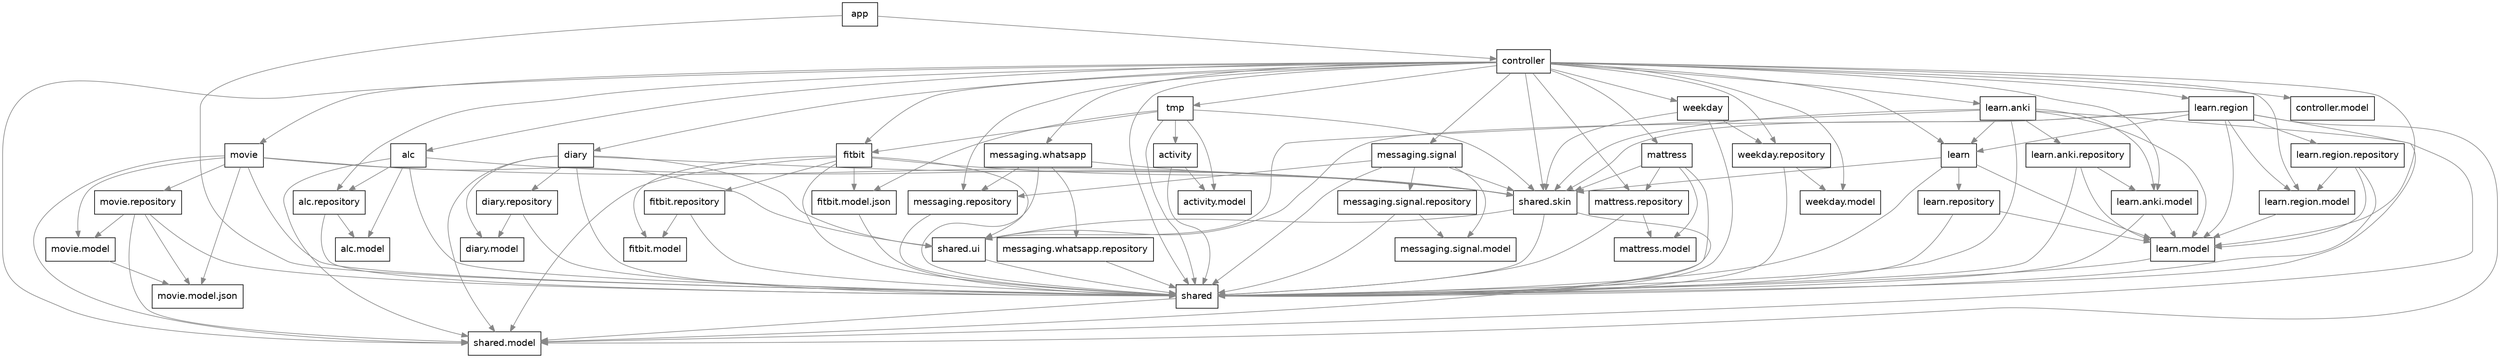
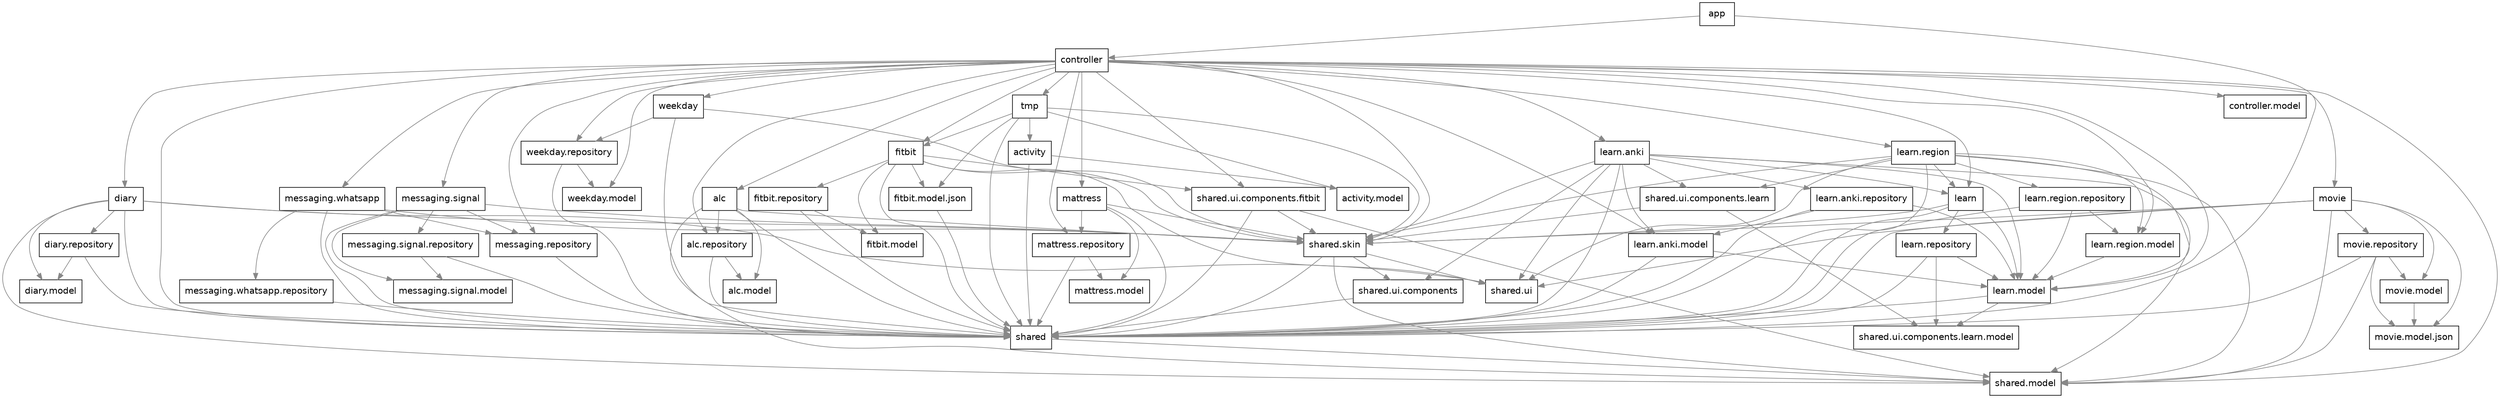
digraph ThosSuitePackages {
  rankdir=TB;
  node [shape=box, fontname="Helvetica"];
  edge [color="#888888"];

  // Rote Knoten/Kanten liegen auf einem Zyklus (gleiche SCC).
  // Gestrichelt-rot: Kante schließt einen Zyklus (Ziel-SCC == Quell-SCC).

  "app" [label="app"];
  "app.activity" [label="activity"];
  "app.activity.model" [label="activity.model"];
  "app.alc" [label="alc"];
  "app.alc.model" [label="alc.model"];
  "app.alc.repository" [label="alc.repository"];
  "app.controller" [label="controller"];
  "app.controller.model" [label="controller.model"];
  "app.diary" [label="diary"];
  "app.diary.model" [label="diary.model"];
  "app.diary.repository" [label="diary.repository"];
  "app.fitbit" [label="fitbit"];
  "app.fitbit.model" [label="fitbit.model"];
  "app.fitbit.model.json" [label="fitbit.model.json"];
  "app.fitbit.repository" [label="fitbit.repository"];
  "app.learn" [label="learn"];
  "app.learn.anki" [label="learn.anki"];
  "app.learn.anki.model" [label="learn.anki.model"];
  "app.learn.anki.repository" [label="learn.anki.repository"];
  "app.learn.model" [label="learn.model"];
  "app.learn.region" [label="learn.region"];
  "app.learn.region.model" [label="learn.region.model"];
  "app.learn.region.repository" [label="learn.region.repository"];
  "app.learn.repository" [label="learn.repository"];
  "app.mattress" [label="mattress"];
  "app.mattress.model" [label="mattress.model"];
  "app.mattress.repository" [label="mattress.repository"];
  "app.messaging.repository" [label="messaging.repository"];
  "app.messaging.signal" [label="messaging.signal"];
  "app.messaging.signal.model" [label="messaging.signal.model"];
  "app.messaging.signal.repository" [label="messaging.signal.repository"];
  "app.messaging.whatsapp" [label="messaging.whatsapp"];
  "app.messaging.whatsapp.repository" [label="messaging.whatsapp.repository"];
  "app.movie" [label="movie"];
  "app.movie.model" [label="movie.model"];
  "app.movie.model.json" [label="movie.model.json"];
  "app.movie.repository" [label="movie.repository"];
  "app.shared" [label="shared"];
  "app.shared.model" [label="shared.model"];
  "app.shared.skin" [label="shared.skin"];
  "app.shared.ui" [label="shared.ui"];
+   "app.shared.ui.components" [label="shared.ui.components"];
+   "app.shared.ui.components.fitbit" [label="shared.ui.components.fitbit"];
+   "app.shared.ui.components.learn" [label="shared.ui.components.learn"];
+   "app.shared.ui.components.learn.model" [label="shared.ui.components.learn.model"];
  "app.tmp" [label="tmp"];
  "app.weekday" [label="weekday"];
  "app.weekday.model" [label="weekday.model"];
  "app.weekday.repository" [label="weekday.repository"];

  "app" -> "app.controller";
  "app" -> "app.shared";
  "app.activity" -> "app.activity.model";
  "app.activity" -> "app.shared";
  "app.alc" -> "app.alc.model";
  "app.alc" -> "app.alc.repository";
  "app.alc" -> "app.shared";
  "app.alc" -> "app.shared.model";
  "app.alc" -> "app.shared.skin";
  "app.alc.repository" -> "app.alc.model";
  "app.alc.repository" -> "app.shared";
  "app.controller" -> "app.alc";
  "app.controller" -> "app.alc.repository";
  "app.controller" -> "app.controller.model";
  "app.controller" -> "app.diary";
  "app.controller" -> "app.fitbit";
  "app.controller" -> "app.learn";
  "app.controller" -> "app.learn.anki";
  "app.controller" -> "app.learn.anki.model";
  "app.controller" -> "app.learn.model";
  "app.controller" -> "app.learn.region";
  "app.controller" -> "app.learn.region.model";
  "app.controller" -> "app.mattress";
  "app.controller" -> "app.mattress.repository";
  "app.controller" -> "app.messaging.repository";
  "app.controller" -> "app.messaging.signal";
  "app.controller" -> "app.messaging.whatsapp";
  "app.controller" -> "app.movie";
  "app.controller" -> "app.shared";
  "app.controller" -> "app.shared.model";
  "app.controller" -> "app.shared.skin";
+   "app.controller" -> "app.shared.ui.components.fitbit";
  "app.controller" -> "app.tmp";
  "app.controller" -> "app.weekday";
  "app.controller" -> "app.weekday.model";
  "app.controller" -> "app.weekday.repository";
  "app.diary" -> "app.diary.model";
  "app.diary" -> "app.diary.repository";
  "app.diary" -> "app.shared";
  "app.diary" -> "app.shared.model";
  "app.diary" -> "app.shared.skin";
  "app.diary" -> "app.shared.ui";
  "app.diary.repository" -> "app.diary.model";
  "app.diary.repository" -> "app.shared";
  "app.fitbit" -> "app.fitbit.model";
  "app.fitbit" -> "app.fitbit.model.json";
  "app.fitbit" -> "app.fitbit.repository";
  "app.fitbit" -> "app.shared";
-   "app.fitbit" -> "app.shared.model";
  "app.fitbit" -> "app.shared.skin";
  "app.fitbit" -> "app.shared.ui";
+   "app.fitbit" -> "app.shared.ui.components.fitbit";
  "app.fitbit.model.json" -> "app.shared";
  "app.fitbit.repository" -> "app.fitbit.model";
  "app.fitbit.repository" -> "app.shared";
  "app.learn" -> "app.learn.model";
  "app.learn" -> "app.learn.repository";
  "app.learn" -> "app.shared";
  "app.learn" -> "app.shared.skin";
  "app.learn.anki" -> "app.learn";
  "app.learn.anki" -> "app.learn.anki.model";
  "app.learn.anki" -> "app.learn.anki.repository";
  "app.learn.anki" -> "app.learn.model";
  "app.learn.anki" -> "app.shared";
  "app.learn.anki" -> "app.shared.model";
  "app.learn.anki" -> "app.shared.skin";
  "app.learn.anki" -> "app.shared.ui";
+   "app.learn.anki" -> "app.shared.ui.components";
+   "app.learn.anki" -> "app.shared.ui.components.learn";
  "app.learn.anki.model" -> "app.learn.model";
  "app.learn.anki.model" -> "app.shared";
  "app.learn.anki.repository" -> "app.learn.anki.model";
  "app.learn.anki.repository" -> "app.learn.model";
  "app.learn.anki.repository" -> "app.shared";
  "app.learn.model" -> "app.shared";
+   "app.learn.model" -> "app.shared.ui.components.learn.model";
  "app.learn.region" -> "app.learn";
  "app.learn.region" -> "app.learn.model";
  "app.learn.region" -> "app.learn.region.model";
  "app.learn.region" -> "app.learn.region.repository";
  "app.learn.region" -> "app.shared";
  "app.learn.region" -> "app.shared.model";
  "app.learn.region" -> "app.shared.skin";
  "app.learn.region" -> "app.shared.ui";
+   "app.learn.region" -> "app.shared.ui.components.learn";
  "app.learn.region.model" -> "app.learn.model";
  "app.learn.region.repository" -> "app.learn.model";
  "app.learn.region.repository" -> "app.learn.region.model";
  "app.learn.region.repository" -> "app.shared";
  "app.learn.repository" -> "app.learn.model";
  "app.learn.repository" -> "app.shared";
+   "app.learn.repository" -> "app.shared.ui.components.learn.model";
  "app.mattress" -> "app.mattress.model";
  "app.mattress" -> "app.mattress.repository";
  "app.mattress" -> "app.shared";
  "app.mattress" -> "app.shared.skin";
  "app.mattress.repository" -> "app.mattress.model";
  "app.mattress.repository" -> "app.shared";
  "app.messaging.repository" -> "app.shared";
  "app.messaging.signal" -> "app.messaging.repository";
  "app.messaging.signal" -> "app.messaging.signal.model";
  "app.messaging.signal" -> "app.messaging.signal.repository";
  "app.messaging.signal" -> "app.shared";
  "app.messaging.signal" -> "app.shared.skin";
  "app.messaging.signal.repository" -> "app.messaging.signal.model";
  "app.messaging.signal.repository" -> "app.shared";
  "app.messaging.whatsapp" -> "app.messaging.repository";
  "app.messaging.whatsapp" -> "app.messaging.whatsapp.repository";
  "app.messaging.whatsapp" -> "app.shared";
  "app.messaging.whatsapp" -> "app.shared.skin";
  "app.messaging.whatsapp.repository" -> "app.shared";
  "app.movie" -> "app.movie.model";
  "app.movie" -> "app.movie.model.json";
  "app.movie" -> "app.movie.repository";
  "app.movie" -> "app.shared";
  "app.movie" -> "app.shared.model";
  "app.movie" -> "app.shared.skin";
  "app.movie" -> "app.shared.ui";
  "app.movie.model" -> "app.movie.model.json";
  "app.movie.repository" -> "app.movie.model";
  "app.movie.repository" -> "app.movie.model.json";
  "app.movie.repository" -> "app.shared";
  "app.movie.repository" -> "app.shared.model";
  "app.shared" -> "app.shared.model";
  "app.shared.skin" -> "app.shared";
  "app.shared.skin" -> "app.shared.model";
  "app.shared.skin" -> "app.shared.ui";
-   "app.shared.ui" -> "app.shared";
+   "app.shared.skin" -> "app.shared.ui.components";
+   "app.shared.ui.components" -> "app.shared";
+   "app.shared.ui.components.fitbit" -> "app.shared";
+   "app.shared.ui.components.fitbit" -> "app.shared.model";
+   "app.shared.ui.components.fitbit" -> "app.shared.skin";
+   "app.shared.ui.components.learn" -> "app.shared.skin";
+   "app.shared.ui.components.learn" -> "app.shared.ui.components.learn.model";
  "app.tmp" -> "app.activity";
  "app.tmp" -> "app.activity.model";
  "app.tmp" -> "app.fitbit";
  "app.tmp" -> "app.fitbit.model.json";
  "app.tmp" -> "app.shared";
  "app.tmp" -> "app.shared.skin";
  "app.weekday" -> "app.shared";
  "app.weekday" -> "app.shared.skin";
  "app.weekday" -> "app.weekday.repository";
  "app.weekday.repository" -> "app.shared";
  "app.weekday.repository" -> "app.weekday.model";
}
